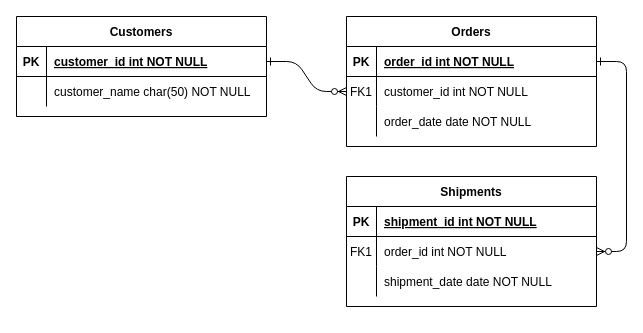
The draw.io diagram Untitled Diagram.drawio in s021721/backup, before the edit. Source tidied: cells renumbered, new cells numbered last; positions are measured from the earlier drawing's top-left corner, leaving out a move shared by most shapes. Both pictures are drawn from the tidied source at 100%, with x=0, y=0 at pixel (16, 16).
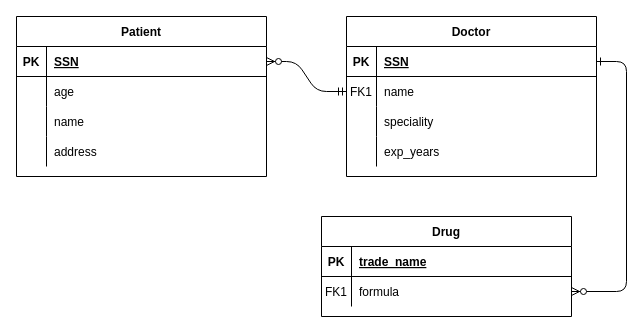
Above is the later version.

Unchanged cells that the change refers to:
```xml
<mxCell id="5" style="shape=partialRectangle;fillColor=none;points=[[0,0.5],[1,0.5]];portConstraint=eastwest;top=0;left=0;right=0;bottom=1;" parent="4" vertex="1">
  <mxGeometry y="30" width="250" height="30" as="geometry" />
</mxCell>
<mxCell id="8" style="shape=partialRectangle;fillColor=none;points=[[0,0.5],[1,0.5]];portConstraint=eastwest;top=0;left=0;right=0;bottom=0;" parent="4" vertex="1">
  <mxGeometry y="60" width="250" height="30" as="geometry" />
</mxCell>
<mxCell id="11" style="shape=partialRectangle;fillColor=none;top=0;left=0;right=0;bottom=0;" parent="4" vertex="1">
  <mxGeometry y="90" width="250" height="30" as="geometry" />
</mxCell>
<mxCell id="15" style="shape=partialRectangle;fillColor=none;top=0;left=0;right=0;bottom=1;" parent="14" vertex="1">
  <mxGeometry y="30" width="250" height="30" as="geometry" />
</mxCell>
<mxCell id="18" style="shape=partialRectangle;fillColor=none;points=[[0,0.5],[1,0.5]];portConstraint=eastwest;top=0;left=0;right=0;bottom=0;" parent="14" vertex="1">
  <mxGeometry y="60" width="250" height="30" as="geometry" />
</mxCell>
<mxCell id="25" style="shape=partialRectangle;fillColor=none;points=[[0,0.5],[1,0.5]];portConstraint=eastwest;top=0;left=0;right=0;bottom=1;" parent="24" vertex="1">
  <mxGeometry y="30" width="250" height="30" as="geometry" />
</mxCell>
<mxCell id="28" style="shape=partialRectangle;fillColor=none;top=0;left=0;right=0;bottom=0;" parent="24" vertex="1">
  <mxGeometry y="60" width="250" height="30" as="geometry" />
</mxCell>
```

Change to the diagram source:
```diff
@@
-    <mxCell id="2" style="edgeStyle=entityRelationEdgeStyle;endArrow=ERzeroToMany;startArrow=ERone;endFill=1;startFill=0;" parent="1" edge="1" source="25" target="8">
+    <mxCell id="2" style="edgeStyle=entityRelationEdgeStyle;endArrow=ERmandOne;startArrow=ERzeroToMany;endFill=0;startFill=1;" parent="1" edge="1" source="25" target="8">
       <mxGeometry relative="1" as="geometry" />
     </mxCell>
@@
-    <mxCell id="4" value="Orders" style="shape=table;startSize=30;childLayout=tableLayout;rowLines=0;fontStyle=1;align=center;" parent="1" vertex="1">
-      <mxGeometry x="330" width="250" height="130" as="geometry" />
+    <mxCell id="4" value="Doctor" style="shape=table;startSize=30;childLayout=tableLayout;rowLines=0;fontStyle=1;align=center;" parent="1" vertex="1">
+      <mxGeometry x="330" width="250" height="160" as="geometry" />
     </mxCell>
@@
-    <mxCell id="7" value="order_id int NOT NULL " style="shape=partialRectangle;overflow=hidden;fillColor=none;top=0;left=0;bottom=0;right=0;align=left;spacingLeft=6;fontStyle=5;" parent="5" vertex="1">
+    <mxCell id="7" value="SSN" style="shape=partialRectangle;overflow=hidden;fillColor=none;top=0;left=0;bottom=0;right=0;align=left;spacingLeft=6;fontStyle=5;" parent="5" vertex="1">
       <mxGeometry x="30" width="220" height="30" as="geometry" />
     </mxCell>
@@
-    <mxCell id="10" value="customer_id int NOT NULL" style="shape=partialRectangle;overflow=hidden;fillColor=none;top=0;left=0;bottom=0;right=0;align=left;spacingLeft=6;" parent="8" vertex="1">
+    <mxCell id="10" value="name" style="shape=partialRectangle;overflow=hidden;fillColor=none;top=0;left=0;bottom=0;right=0;align=left;spacingLeft=6;" parent="8" vertex="1">
       <mxGeometry x="30" width="220" height="30" as="geometry" />
     </mxCell>
@@
-    <mxCell id="13" value="order_date date NOT NULL" style="shape=partialRectangle;overflow=hidden;fillColor=none;top=0;left=0;bottom=0;right=0;align=left;spacingLeft=6;" parent="11" vertex="1">
+    <mxCell id="13" value="speciality" style="shape=partialRectangle;overflow=hidden;fillColor=none;top=0;left=0;bottom=0;right=0;align=left;spacingLeft=6;" parent="11" vertex="1">
       <mxGeometry x="30" width="220" height="30" as="geometry" />
     </mxCell>
+    <mxCell id="31" style="shape=partialRectangle;fillColor=none;top=0;left=0;right=0;bottom=0;" parent="4" vertex="1">
+      <mxGeometry y="120" width="250" height="30" as="geometry" />
+    </mxCell>
+    <mxCell id="32" style="shape=partialRectangle;overflow=hidden;fillColor=none;top=0;left=0;bottom=0;right=0;" parent="31" vertex="1">
+      <mxGeometry width="30" height="30" as="geometry" />
+    </mxCell>
+    <mxCell id="33" value="exp_years" style="shape=partialRectangle;overflow=hidden;fillColor=none;top=0;left=0;bottom=0;right=0;align=left;spacingLeft=6;" parent="31" vertex="1">
+      <mxGeometry x="30" width="220" height="30" as="geometry" />
+    </mxCell>
-    <mxCell id="14" value="Shipments" style="shape=table;startSize=30;childLayout=tableLayout;rowLines=0;fontStyle=1;align=center;" parent="1" vertex="1">
-      <mxGeometry x="330" y="160" width="250" height="130" as="geometry" />
+    <mxCell id="14" value="Drug" style="shape=table;startSize=30;childLayout=tableLayout;rowLines=0;fontStyle=1;align=center;" parent="1" vertex="1">
+      <mxGeometry x="305" y="200" width="250" height="100" as="geometry" />
     </mxCell>
@@
-    <mxCell id="17" value="shipment_id int NOT NULL " style="shape=partialRectangle;overflow=hidden;fillColor=none;top=0;left=0;bottom=0;right=0;align=left;spacingLeft=6;fontStyle=5;" parent="15" vertex="1">
+    <mxCell id="17" value="trade_name" style="shape=partialRectangle;overflow=hidden;fillColor=none;top=0;left=0;bottom=0;right=0;align=left;spacingLeft=6;fontStyle=5;" parent="15" vertex="1">
       <mxGeometry x="30" width="220" height="30" as="geometry" />
     </mxCell>
@@
-    <mxCell id="20" value="order_id int NOT NULL" style="shape=partialRectangle;overflow=hidden;fillColor=none;top=0;left=0;bottom=0;right=0;align=left;spacingLeft=6;" parent="18" vertex="1">
+    <mxCell id="20" value="formula" style="shape=partialRectangle;overflow=hidden;fillColor=none;top=0;left=0;bottom=0;right=0;align=left;spacingLeft=6;" parent="18" vertex="1">
       <mxGeometry x="30" width="220" height="30" as="geometry" />
     </mxCell>
-    <mxCell id="21" style="shape=partialRectangle;fillColor=none;top=0;left=0;right=0;bottom=0;" parent="14" vertex="1">
-      <mxGeometry y="90" width="250" height="30" as="geometry" />
-    </mxCell>
-    <mxCell id="22" style="shape=partialRectangle;overflow=hidden;fillColor=none;top=0;left=0;bottom=0;right=0;" parent="21" vertex="1">
-      <mxGeometry width="30" height="30" as="geometry" />
-    </mxCell>
-    <mxCell id="23" value="shipment_date date NOT NULL" style="shape=partialRectangle;overflow=hidden;fillColor=none;top=0;left=0;bottom=0;right=0;align=left;spacingLeft=6;" parent="21" vertex="1">
-      <mxGeometry x="30" width="220" height="30" as="geometry" />
-    </mxCell>
-    <mxCell id="24" value="Customers" style="shape=table;startSize=30;childLayout=tableLayout;rowLines=0;fontStyle=1;align=center;" parent="1" vertex="1">
-      <mxGeometry width="250" height="100" as="geometry" />
+    <mxCell id="24" value="Patient" style="shape=table;startSize=30;childLayout=tableLayout;rowLines=0;fontStyle=1;align=center;" parent="1" vertex="1">
+      <mxGeometry width="250" height="160" as="geometry" />
     </mxCell>
@@
-    <mxCell id="27" value="customer_id int NOT NULL " style="shape=partialRectangle;overflow=hidden;fillColor=none;top=0;left=0;bottom=0;right=0;align=left;spacingLeft=6;fontStyle=5;" parent="25" vertex="1">
+    <mxCell id="27" value="SSN" style="shape=partialRectangle;overflow=hidden;fillColor=none;top=0;left=0;bottom=0;right=0;align=left;spacingLeft=6;fontStyle=5;" parent="25" vertex="1">
       <mxGeometry x="30" width="220" height="30" as="geometry" />
     </mxCell>
@@
-    <mxCell id="30" value="customer_name char(50) NOT NULL" style="shape=partialRectangle;overflow=hidden;fillColor=none;top=0;left=0;bottom=0;right=0;align=left;spacingLeft=6;" parent="28" vertex="1">
+    <mxCell id="30" value="age" style="shape=partialRectangle;overflow=hidden;fillColor=none;top=0;left=0;bottom=0;right=0;align=left;spacingLeft=6;" parent="28" vertex="1">
       <mxGeometry x="30" width="220" height="30" as="geometry" />
     </mxCell>
+    <mxCell id="21" style="shape=partialRectangle;fillColor=none;top=0;left=0;right=0;bottom=0;" parent="24" vertex="1">
+      <mxGeometry y="90" width="250" height="30" as="geometry" />
+    </mxCell>
+    <mxCell id="34" style="shape=partialRectangle;overflow=hidden;fillColor=none;top=0;left=0;bottom=0;right=0;" parent="21" vertex="1">
+      <mxGeometry width="30" height="30" as="geometry" />
+    </mxCell>
+    <mxCell id="35" value="name" style="shape=partialRectangle;overflow=hidden;fillColor=none;top=0;left=0;bottom=0;right=0;align=left;spacingLeft=6;" parent="21" vertex="1">
+      <mxGeometry x="30" width="220" height="30" as="geometry" />
+    </mxCell>
+    <mxCell id="36" style="shape=partialRectangle;fillColor=none;top=0;left=0;right=0;bottom=0;" parent="24" vertex="1">
+      <mxGeometry y="120" width="250" height="30" as="geometry" />
+    </mxCell>
+    <mxCell id="37" style="shape=partialRectangle;overflow=hidden;fillColor=none;top=0;left=0;bottom=0;right=0;" parent="36" vertex="1">
+      <mxGeometry width="30" height="30" as="geometry" />
+    </mxCell>
+    <mxCell id="38" value="address" style="shape=partialRectangle;overflow=hidden;fillColor=none;top=0;left=0;bottom=0;right=0;align=left;spacingLeft=6;" parent="36" vertex="1">
+      <mxGeometry x="30" width="220" height="30" as="geometry" />
+    </mxCell>
```
